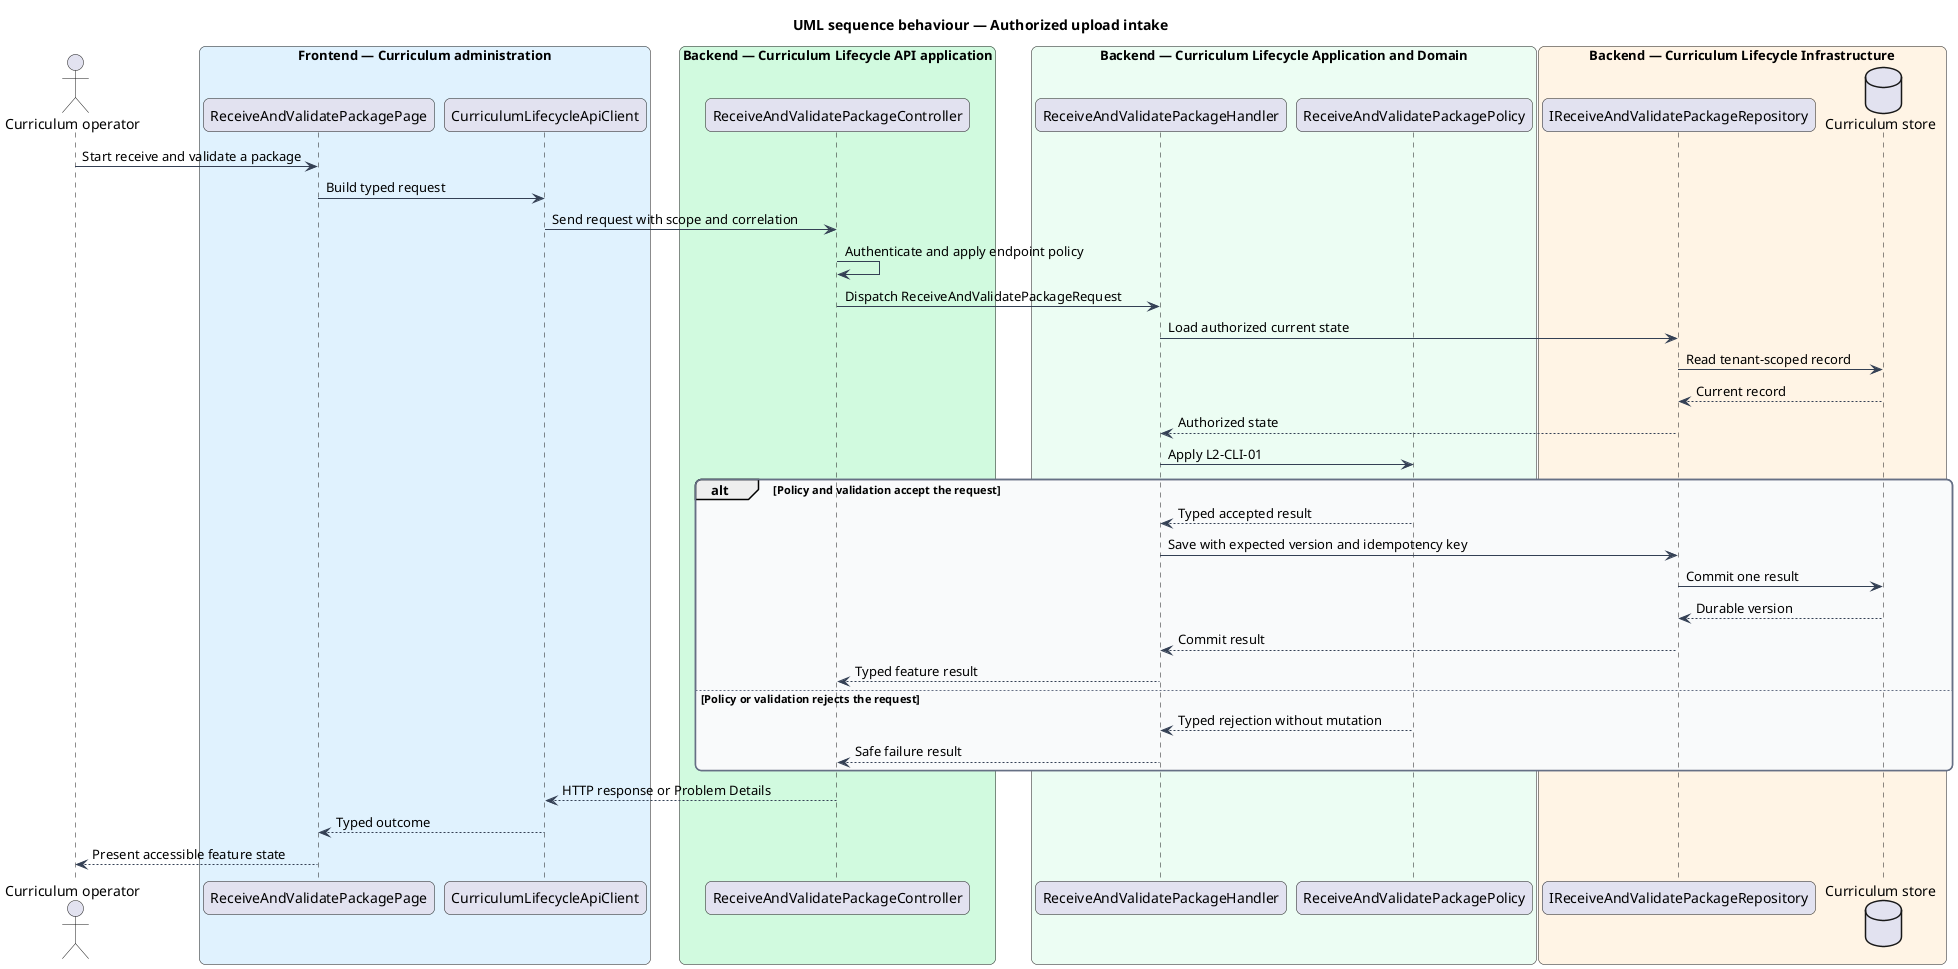
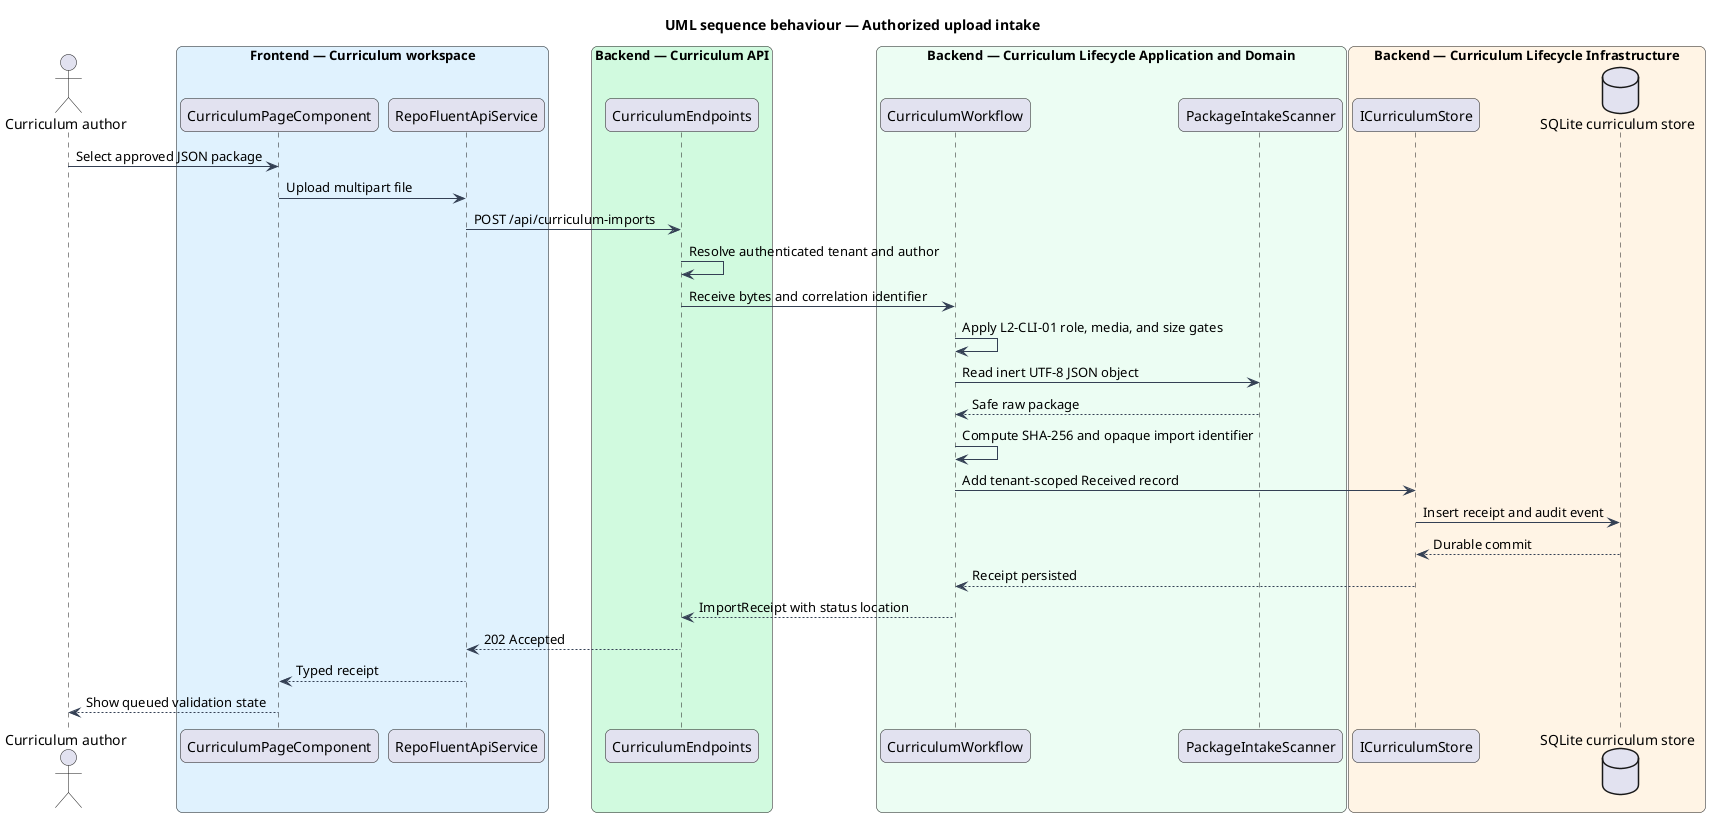
@startuml
title UML sequence behaviour — Authorized upload intake
skinparam backgroundColor #FFFFFF
skinparam shadowing false
skinparam roundcorner 12
skinparam defaultFontName Arial
skinparam ArrowColor #344054
- skinparam rectangle {
-   BorderColor #344054
-   FontColor #101828
- }
- skinparam package {
-   BorderColor #667085
-   FontColor #101828
-   BackgroundColor #F9FAFB
- }
- actor "Curriculum operator" as actor
- box "Frontend — Curriculum administration" #E0F2FE
-   participant "ReceiveAndValidatePackagePage" as entry
-   participant "CurriculumLifecycleApiClient" as client
+ actor "Curriculum author" as author
+ box "Frontend — Curriculum workspace" #E0F2FE
+   participant "CurriculumPageComponent" as page
+   participant "RepoFluentApiService" as client
end box
- box "Backend — Curriculum Lifecycle API application" #D1FADF
-   participant "ReceiveAndValidatePackageController" as controller
+ box "Backend — Curriculum API" #D1FADF
+   participant "CurriculumEndpoints" as endpoints
end box
box "Backend — Curriculum Lifecycle Application and Domain" #ECFDF3
-   participant "ReceiveAndValidatePackageHandler" as handler
-   participant "ReceiveAndValidatePackagePolicy" as policy
+   participant "CurriculumWorkflow" as workflow
+   participant "PackageIntakeScanner" as scanner
end box
box "Backend — Curriculum Lifecycle Infrastructure" #FFF4E5
-   participant "IReceiveAndValidatePackageRepository" as repository
-   database "Curriculum store" as store
+   participant "ICurriculumStore" as port
+   database "SQLite curriculum store" as store
end box
- actor -> entry : Start receive and validate a package
- entry -> client : Build typed request
- client -> controller : Send request with scope and correlation
- controller -> controller : Authenticate and apply endpoint policy
- controller -> handler : Dispatch ReceiveAndValidatePackageRequest
- handler -> repository : Load authorized current state
- repository -> store : Read tenant-scoped record
- store --> repository : Current record
- repository --> handler : Authorized state
- handler -> policy : Apply L2-CLI-01
- alt Policy and validation accept the request
-   policy --> handler : Typed accepted result
-   handler -> repository : Save with expected version and idempotency key
-   repository -> store : Commit one result
-   store --> repository : Durable version
-   repository --> handler : Commit result
-   handler --> controller : Typed feature result
- else Policy or validation rejects the request
-   policy --> handler : Typed rejection without mutation
-   handler --> controller : Safe failure result
- end
- controller --> client : HTTP response or Problem Details
- client --> entry : Typed outcome
- entry --> actor : Present accessible feature state
+ 
+ author -> page : Select approved JSON package
+ page -> client : Upload multipart file
+ client -> endpoints : POST /api/curriculum-imports
+ endpoints -> endpoints : Resolve authenticated tenant and author
+ endpoints -> workflow : Receive bytes and correlation identifier
+ workflow -> workflow : Apply L2-CLI-01 role, media, and size gates
+ workflow -> scanner : Read inert UTF-8 JSON object
+ scanner --> workflow : Safe raw package
+ workflow -> workflow : Compute SHA-256 and opaque import identifier
+ workflow -> port : Add tenant-scoped Received record
+ port -> store : Insert receipt and audit event
+ store --> port : Durable commit
+ port --> workflow : Receipt persisted
+ workflow --> endpoints : ImportReceipt with status location
+ endpoints --> client : 202 Accepted
+ client --> page : Typed receipt
+ page --> author : Show queued validation state
@enduml
